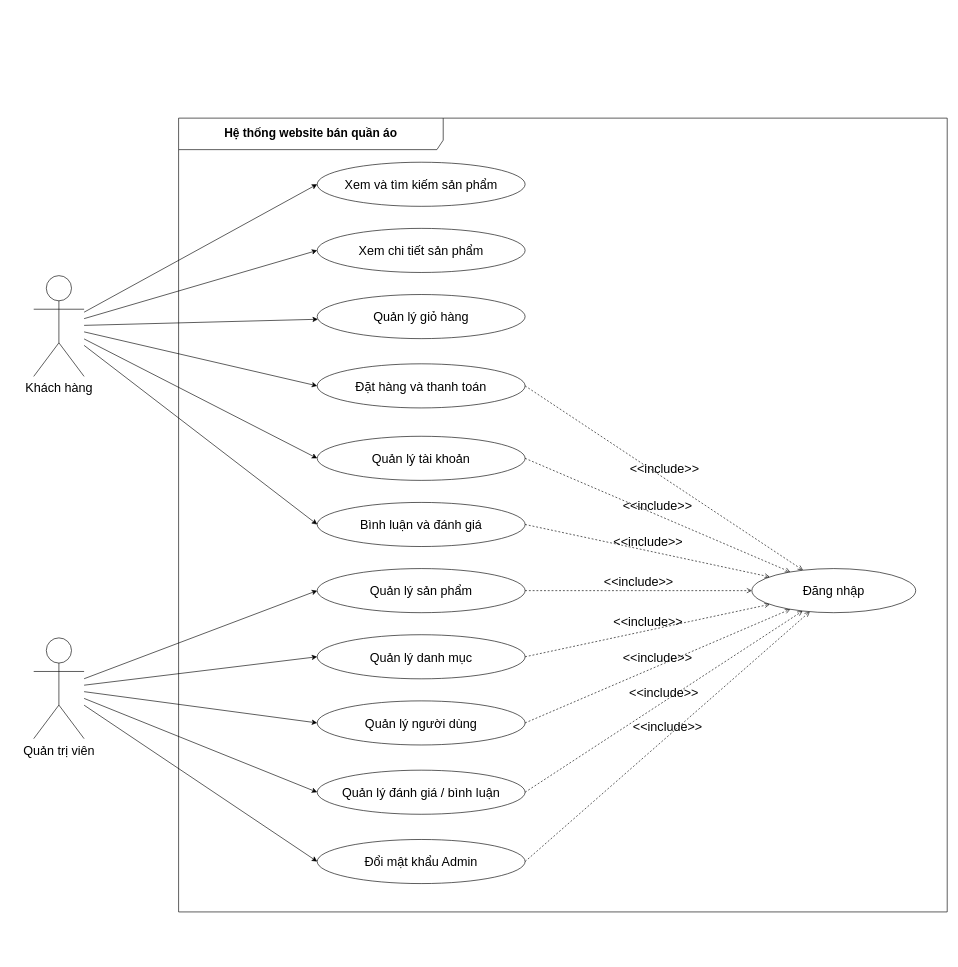
Before: page "UC-TQ" (2 of 11) of erd.drawio in CuongNY01/Website_QL_CuaHangQuanAo, a draw.io diagram. Source tidied: cells renumbered, new cells numbered last; positions are measured from the earlier drawing's top-left corner, leaving out a move shared by most shapes. Both pictures are drawn from the tidied source at 63%, with x=0, y=0 at pixel (33, 118).
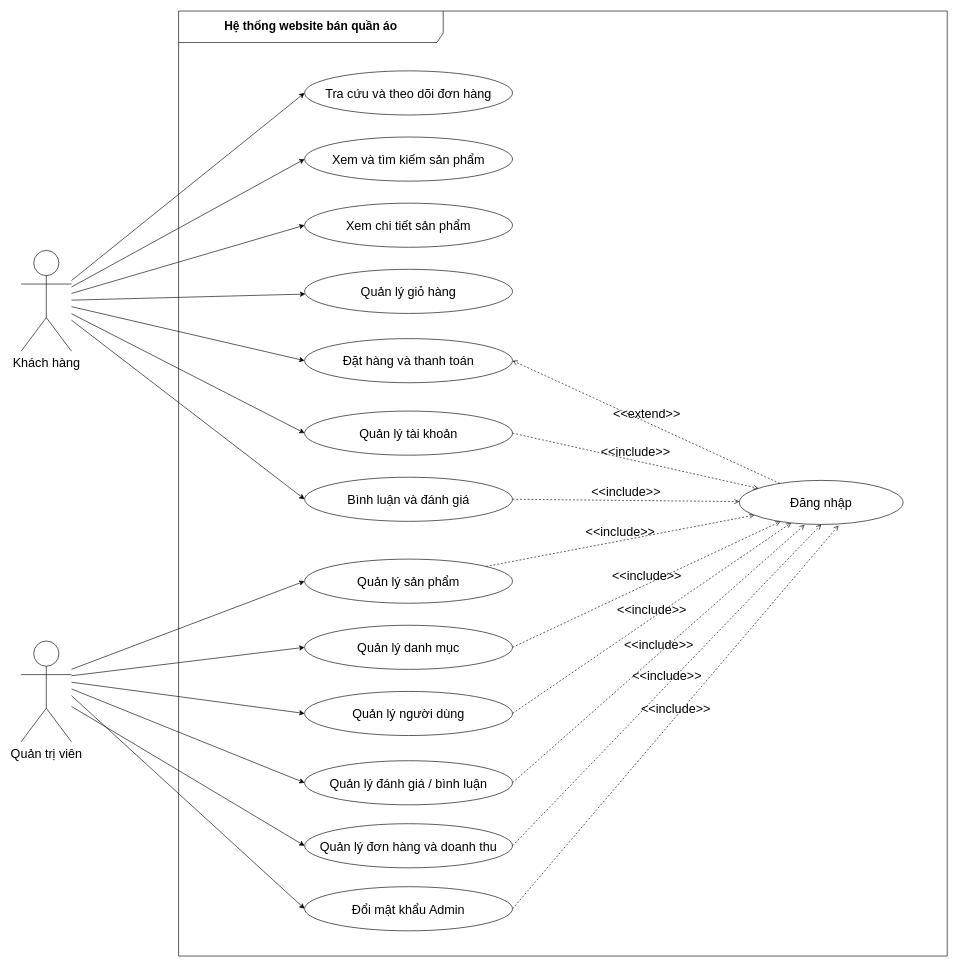
The same diagram, later.

The edit, as a diff of the source:
```diff
@@
+    <mxCell id="36" value="Hệ thống website bán quần áo" style="shape=umlFrame;whiteSpace=wrap;html=1;width=420;height=50;fontSize=19;fontStyle=1;" parent="1" vertex="1">
+      <mxGeometry x="230" y="-170" width="1220" height="1500" as="geometry" />
+    </mxCell>
+    <mxCell id="9" style="group;fontSize=20;labelBackgroundColor=none;rounded=1;roundedPerimeter=1;" parent="1" vertex="1">
+      <mxGeometry x="430" y="-70" width="330" height="1290" as="geometry" />
+    </mxCell>
+    <mxCell id="16" style="edgeStyle=none;shape=connector;rounded=1;jettySize=auto;html=1;strokeColor=default;align=center;verticalAlign=middle;fontFamily=Helvetica;fontSize=20;fontColor=default;labelBackgroundColor=default;defaultLabelBackgroundColor=page;endArrow=classic;entryX=0;entryY=0.5;entryDx=0;entryDy=0;" parent="9" edge="1" target="26">
+      <mxGeometry relative="1" as="geometry">
+        <mxPoint x="-370" y="944.9" as="sourcePoint" />
+      </mxGeometry>
+    </mxCell>
+    <mxCell id="17" style="edgeStyle=none;shape=connector;rounded=1;jettySize=auto;html=1;entryX=0;entryY=0.5;entryDx=0;entryDy=0;strokeColor=default;align=center;verticalAlign=middle;fontFamily=Helvetica;fontSize=20;fontColor=default;labelBackgroundColor=default;defaultLabelBackgroundColor=page;endArrow=classic;" parent="9" edge="1" target="22">
+      <mxGeometry relative="1" as="geometry">
+        <mxPoint x="-370" y="955.1" as="sourcePoint" />
+      </mxGeometry>
+    </mxCell>
+    <mxCell id="18" style="edgeStyle=none;shape=connector;rounded=1;jettySize=auto;html=1;entryX=0;entryY=0.5;entryDx=0;entryDy=0;strokeColor=default;align=center;verticalAlign=middle;fontFamily=Helvetica;fontSize=20;fontColor=default;labelBackgroundColor=default;defaultLabelBackgroundColor=page;endArrow=classic;" parent="9" edge="1" target="23">
+      <mxGeometry relative="1" as="geometry">
+        <mxPoint x="-370" y="965.4" as="sourcePoint" />
+      </mxGeometry>
+    </mxCell>
+    <mxCell id="19" style="edgeStyle=none;shape=connector;rounded=1;jettySize=auto;html=1;entryX=0;entryY=0.5;entryDx=0;entryDy=0;strokeColor=default;align=center;verticalAlign=middle;fontFamily=Helvetica;fontSize=20;fontColor=default;labelBackgroundColor=default;defaultLabelBackgroundColor=page;endArrow=classic;" parent="9" edge="1" target="24">
+      <mxGeometry relative="1" as="geometry">
+        <mxPoint x="-370" y="976.1" as="sourcePoint" />
+      </mxGeometry>
+    </mxCell>
+    <mxCell id="20" style="edgeStyle=none;shape=connector;rounded=1;jettySize=auto;html=1;entryX=0;entryY=0.5;entryDx=0;entryDy=0;strokeColor=default;align=center;verticalAlign=middle;fontFamily=Helvetica;fontSize=20;fontColor=default;labelBackgroundColor=default;defaultLabelBackgroundColor=page;endArrow=classic;" parent="9" edge="1" target="25">
+      <mxGeometry relative="1" as="geometry">
+        <mxPoint x="-370" y="986.8" as="sourcePoint" />
+      </mxGeometry>
+    </mxCell>
+    <mxCell id="37" style="shape=connector;curved=0;rounded=0;jettySize=auto;html=1;strokeColor=default;align=center;verticalAlign=middle;fontFamily=Helvetica;fontSize=11;fontColor=default;labelBackgroundColor=default;defaultLabelBackgroundColor=page;endArrow=classic;entryX=0;entryY=0.5;entryDx=0;entryDy=0;" parent="9" edge="1" source="21" target="40">
+      <mxGeometry relative="1" as="geometry" />
+    </mxCell>
+    <mxCell id="21" value="Quản trị viên" style="shape=umlActor;verticalLabelPosition=bottom;verticalAlign=top;html=1;outlineConnect=0;labelPerimeter=1;fontSize=20;labelBackgroundColor=none;rounded=1;roundedPerimeter=1;" parent="9" vertex="1">
+      <mxGeometry x="-450" y="900" width="80" height="160" as="geometry" />
+    </mxCell>
+    <mxCell id="22" value="Quản lý danh mục" style="ellipse;whiteSpace=wrap;html=1;fontSize=20;labelBackgroundColor=none;rounded=1;roundedPerimeter=1;" parent="9" vertex="1">
+      <mxGeometry y="875" width="330" height="70" as="geometry" />
+    </mxCell>
+    <mxCell id="23" value="Quản lý người dùng" style="ellipse;whiteSpace=wrap;html=1;fontSize=20;labelBackgroundColor=none;rounded=1;roundedPerimeter=1;" parent="9" vertex="1">
+      <mxGeometry y="980" width="330" height="70" as="geometry" />
+    </mxCell>
+    <mxCell id="24" value="Quản lý đánh giá / bình luận" style="ellipse;whiteSpace=wrap;html=1;fontSize=20;labelBackgroundColor=none;rounded=1;roundedPerimeter=1;" parent="9" vertex="1">
+      <mxGeometry y="1090" width="330" height="70" as="geometry" />
+    </mxCell>
+    <mxCell id="26" value="Quản lý sản phẩm" style="ellipse;whiteSpace=wrap;html=1;fontSize=20;labelBackgroundColor=none;rounded=1;roundedPerimeter=1;" parent="9" vertex="1">
+      <mxGeometry y="770" width="330" height="70" as="geometry" />
+    </mxCell>
-    <mxCell id="2" style="jettySize=auto;html=1;entryX=0;entryY=0.5;entryDx=0;entryDy=0;defaultLabelBackgroundColor=page;fontSize=20;" parent="1" edge="1" source="8" target="10">
+    <mxCell id="2" style="jettySize=auto;html=1;entryX=0;entryY=0.5;entryDx=0;entryDy=0;defaultLabelBackgroundColor=page;fontSize=20;" parent="9" edge="1" source="8" target="10">
       <mxGeometry relative="1" as="geometry" />
     </mxCell>
-    <mxCell id="3" style="edgeStyle=none;shape=connector;rounded=1;jettySize=auto;html=1;entryX=0;entryY=0.5;entryDx=0;entryDy=0;strokeColor=default;align=center;verticalAlign=middle;fontFamily=Helvetica;fontSize=20;fontColor=default;labelBackgroundColor=default;defaultLabelBackgroundColor=page;endArrow=classic;" parent="1" edge="1" source="8" target="11">
+    <mxCell id="3" style="edgeStyle=none;shape=connector;rounded=1;jettySize=auto;html=1;entryX=0;entryY=0.5;entryDx=0;entryDy=0;strokeColor=default;align=center;verticalAlign=middle;fontFamily=Helvetica;fontSize=20;fontColor=default;labelBackgroundColor=default;defaultLabelBackgroundColor=page;endArrow=classic;" parent="9" edge="1" source="8" target="11">
       <mxGeometry relative="1" as="geometry" />
     </mxCell>
-    <mxCell id="4" style="edgeStyle=none;shape=connector;rounded=1;jettySize=auto;html=1;strokeColor=default;align=center;verticalAlign=middle;fontFamily=Helvetica;fontSize=20;fontColor=default;labelBackgroundColor=default;defaultLabelBackgroundColor=page;endArrow=classic;" parent="1" edge="1" source="8" target="12">
+    <mxCell id="4" style="edgeStyle=none;shape=connector;rounded=1;jettySize=auto;html=1;strokeColor=default;align=center;verticalAlign=middle;fontFamily=Helvetica;fontSize=20;fontColor=default;labelBackgroundColor=default;defaultLabelBackgroundColor=page;endArrow=classic;" parent="9" edge="1" source="8" target="12">
       <mxGeometry relative="1" as="geometry" />
     </mxCell>
-    <mxCell id="5" style="edgeStyle=none;shape=connector;rounded=1;jettySize=auto;html=1;entryX=0;entryY=0.5;entryDx=0;entryDy=0;strokeColor=default;align=center;verticalAlign=middle;fontFamily=Helvetica;fontSize=20;fontColor=default;labelBackgroundColor=default;defaultLabelBackgroundColor=page;endArrow=classic;" parent="1" edge="1" source="8" target="13">
+    <mxCell id="5" style="edgeStyle=none;shape=connector;rounded=1;jettySize=auto;html=1;entryX=0;entryY=0.5;entryDx=0;entryDy=0;strokeColor=default;align=center;verticalAlign=middle;fontFamily=Helvetica;fontSize=20;fontColor=default;labelBackgroundColor=default;defaultLabelBackgroundColor=page;endArrow=classic;" parent="9" edge="1" source="8" target="13">
       <mxGeometry relative="1" as="geometry" />
     </mxCell>
-    <mxCell id="6" style="edgeStyle=none;shape=connector;rounded=1;jettySize=auto;html=1;entryX=0;entryY=0.5;entryDx=0;entryDy=0;strokeColor=default;align=center;verticalAlign=middle;fontFamily=Helvetica;fontSize=20;fontColor=default;labelBackgroundColor=default;defaultLabelBackgroundColor=page;endArrow=classic;" parent="1" edge="1" source="8" target="14">
+    <mxCell id="6" style="edgeStyle=none;shape=connector;rounded=1;jettySize=auto;html=1;entryX=0;entryY=0.5;entryDx=0;entryDy=0;strokeColor=default;align=center;verticalAlign=middle;fontFamily=Helvetica;fontSize=20;fontColor=default;labelBackgroundColor=default;defaultLabelBackgroundColor=page;endArrow=classic;" parent="9" edge="1" source="8" target="14">
       <mxGeometry relative="1" as="geometry" />
     </mxCell>
-    <mxCell id="7" style="edgeStyle=none;shape=connector;rounded=1;jettySize=auto;html=1;entryX=0;entryY=0.5;entryDx=0;entryDy=0;strokeColor=default;align=center;verticalAlign=middle;fontFamily=Helvetica;fontSize=20;fontColor=default;labelBackgroundColor=default;defaultLabelBackgroundColor=page;endArrow=classic;" parent="1" edge="1" source="8" target="15">
+    <mxCell id="7" style="edgeStyle=none;shape=connector;rounded=1;jettySize=auto;html=1;entryX=0;entryY=0.5;entryDx=0;entryDy=0;strokeColor=default;align=center;verticalAlign=middle;fontFamily=Helvetica;fontSize=20;fontColor=default;labelBackgroundColor=default;defaultLabelBackgroundColor=page;endArrow=classic;" parent="9" edge="1" source="8" target="15">
       <mxGeometry relative="1" as="geometry" />
     </mxCell>
+    <mxCell id="38" style="shape=connector;curved=0;rounded=0;jettySize=auto;html=1;strokeColor=default;align=center;verticalAlign=middle;fontFamily=Helvetica;fontSize=11;fontColor=default;labelBackgroundColor=default;defaultLabelBackgroundColor=page;endArrow=classic;entryX=0;entryY=0.5;entryDx=0;entryDy=0;" parent="9" edge="1" source="8" target="39">
+      <mxGeometry relative="1" as="geometry" />
+    </mxCell>
-    <mxCell id="8" value="Khách hàng" style="shape=umlActor;verticalLabelPosition=bottom;verticalAlign=top;html=1;outlineConnect=0;labelPerimeter=1;fontSize=20;labelBackgroundColor=none;rounded=1;roundedPerimeter=1;" parent="1" vertex="1">
-      <mxGeometry y="250" width="80" height="160" as="geometry" />
+    <mxCell id="8" value="Khách hàng" style="shape=umlActor;verticalLabelPosition=bottom;verticalAlign=top;html=1;outlineConnect=0;labelPerimeter=1;fontSize=20;labelBackgroundColor=none;rounded=1;roundedPerimeter=1;" parent="9" vertex="1">
+      <mxGeometry x="-450" y="280" width="80" height="160" as="geometry" />
     </mxCell>
-    <mxCell id="9" style="group;fontSize=20;labelBackgroundColor=none;rounded=1;roundedPerimeter=1;" parent="1" vertex="1">
-      <mxGeometry x="450" y="70" width="330" height="935" as="geometry" />
-    </mxCell>
     <mxCell id="10" value="Xem và tìm kiếm sản phẩm" style="ellipse;whiteSpace=wrap;html=1;fontSize=20;labelBackgroundColor=none;rounded=1;roundedPerimeter=1;" parent="9" vertex="1">
-      <mxGeometry width="330" height="70" as="geometry" />
+      <mxGeometry y="100" width="330" height="70" as="geometry" />
     </mxCell>
     <mxCell id="11" value="Xem chi tiết sản phẩm" style="ellipse;whiteSpace=wrap;html=1;fontSize=20;labelBackgroundColor=none;rounded=1;roundedPerimeter=1;" parent="9" vertex="1">
-      <mxGeometry y="105" width="330" height="70" as="geometry" />
+      <mxGeometry y="205" width="330" height="70" as="geometry" />
     </mxCell>
     <mxCell id="12" value="Quản lý giỏ hàng" style="ellipse;whiteSpace=wrap;html=1;fontSize=20;labelBackgroundColor=none;rounded=1;roundedPerimeter=1;" parent="9" vertex="1">
-      <mxGeometry y="210" width="330" height="70" as="geometry" />
+      <mxGeometry y="310" width="330" height="70" as="geometry" />
     </mxCell>
     <mxCell id="13" value="Đặt hàng và thanh toán" style="ellipse;whiteSpace=wrap;html=1;fontSize=20;labelBackgroundColor=none;rounded=1;roundedPerimeter=1;" parent="9" vertex="1">
-      <mxGeometry y="320" width="330" height="70" as="geometry" />
+      <mxGeometry y="420" width="330" height="70" as="geometry" />
     </mxCell>
     <mxCell id="14" value="Quản lý tài khoản" style="ellipse;whiteSpace=wrap;html=1;fontSize=20;labelBackgroundColor=none;rounded=1;roundedPerimeter=1;" parent="9" vertex="1">
-      <mxGeometry y="435" width="330" height="70" as="geometry" />
+      <mxGeometry y="535" width="330" height="70" as="geometry" />
     </mxCell>
     <mxCell id="15" value="Bình luận và đánh giá" style="ellipse;whiteSpace=wrap;html=1;fontSize=20;labelBackgroundColor=none;rounded=1;roundedPerimeter=1;" parent="9" vertex="1">
-      <mxGeometry y="540" width="330" height="70" as="geometry" />
+      <mxGeometry y="640" width="330" height="70" as="geometry" />
     </mxCell>
-    <mxCell id="16" style="edgeStyle=none;shape=connector;rounded=1;jettySize=auto;html=1;strokeColor=default;align=center;verticalAlign=middle;fontFamily=Helvetica;fontSize=20;fontColor=default;labelBackgroundColor=default;defaultLabelBackgroundColor=page;endArrow=classic;entryX=0;entryY=0.5;entryDx=0;entryDy=0;" parent="1" edge="1" source="21" target="26">
-      <mxGeometry relative="1" as="geometry" />
-    </mxCell>
-    <mxCell id="17" style="edgeStyle=none;shape=connector;rounded=1;jettySize=auto;html=1;entryX=0;entryY=0.5;entryDx=0;entryDy=0;strokeColor=default;align=center;verticalAlign=middle;fontFamily=Helvetica;fontSize=20;fontColor=default;labelBackgroundColor=default;defaultLabelBackgroundColor=page;endArrow=classic;" parent="1" edge="1" source="21" target="22">
-      <mxGeometry relative="1" as="geometry" />
-    </mxCell>
-    <mxCell id="18" style="edgeStyle=none;shape=connector;rounded=1;jettySize=auto;html=1;entryX=0;entryY=0.5;entryDx=0;entryDy=0;strokeColor=default;align=center;verticalAlign=middle;fontFamily=Helvetica;fontSize=20;fontColor=default;labelBackgroundColor=default;defaultLabelBackgroundColor=page;endArrow=classic;" parent="1" edge="1" source="21" target="23">
-      <mxGeometry relative="1" as="geometry" />
-    </mxCell>
-    <mxCell id="19" style="edgeStyle=none;shape=connector;rounded=1;jettySize=auto;html=1;entryX=0;entryY=0.5;entryDx=0;entryDy=0;strokeColor=default;align=center;verticalAlign=middle;fontFamily=Helvetica;fontSize=20;fontColor=default;labelBackgroundColor=default;defaultLabelBackgroundColor=page;endArrow=classic;" parent="1" edge="1" source="21" target="24">
-      <mxGeometry relative="1" as="geometry" />
-    </mxCell>
-    <mxCell id="20" style="edgeStyle=none;shape=connector;rounded=1;jettySize=auto;html=1;entryX=0;entryY=0.5;entryDx=0;entryDy=0;strokeColor=default;align=center;verticalAlign=middle;fontFamily=Helvetica;fontSize=20;fontColor=default;labelBackgroundColor=default;defaultLabelBackgroundColor=page;endArrow=classic;" parent="1" edge="1" source="21" target="25">
-      <mxGeometry relative="1" as="geometry" />
-    </mxCell>
-    <mxCell id="21" value="Quản trị viên" style="shape=umlActor;verticalLabelPosition=bottom;verticalAlign=top;html=1;outlineConnect=0;labelPerimeter=1;fontSize=20;labelBackgroundColor=none;rounded=1;roundedPerimeter=1;" parent="1" vertex="1">
-      <mxGeometry y="825" width="80" height="160" as="geometry" />
-    </mxCell>
-    <mxCell id="22" value="Quản lý danh mục" style="ellipse;whiteSpace=wrap;html=1;fontSize=20;labelBackgroundColor=none;rounded=1;roundedPerimeter=1;" parent="1" vertex="1">
-      <mxGeometry x="450" y="820" width="330" height="70" as="geometry" />
-    </mxCell>
-    <mxCell id="23" value="Quản lý người dùng" style="ellipse;whiteSpace=wrap;html=1;fontSize=20;labelBackgroundColor=none;rounded=1;roundedPerimeter=1;" parent="1" vertex="1">
-      <mxGeometry x="450" y="925" width="330" height="70" as="geometry" />
-    </mxCell>
-    <mxCell id="24" value="Quản lý đánh giá / bình luận" style="ellipse;whiteSpace=wrap;html=1;fontSize=20;labelBackgroundColor=none;rounded=1;roundedPerimeter=1;" parent="1" vertex="1">
-      <mxGeometry x="450" y="1035" width="330" height="70" as="geometry" />
-    </mxCell>
-    <mxCell id="25" value="Đổi mật khẩu Admin" style="ellipse;whiteSpace=wrap;html=1;fontSize=20;labelBackgroundColor=none;rounded=1;roundedPerimeter=1;" parent="1" vertex="1">
-      <mxGeometry x="450" y="1145" width="330" height="70" as="geometry" />
-    </mxCell>
-    <mxCell id="26" value="Quản lý sản phẩm" style="ellipse;whiteSpace=wrap;html=1;fontSize=20;labelBackgroundColor=none;rounded=1;roundedPerimeter=1;" parent="1" vertex="1">
-      <mxGeometry x="450" y="715" width="330" height="70" as="geometry" />
-    </mxCell>
+    <mxCell id="39" value="Tra cứu và theo dõi đơn hàng" style="ellipse;whiteSpace=wrap;html=1;fontSize=20;labelBackgroundColor=none;rounded=1;roundedPerimeter=1;" parent="9" vertex="1">
+      <mxGeometry y="-5" width="330" height="70" as="geometry" />
+    </mxCell>
+    <mxCell id="40" value="Quản lý đơn hàng và doanh thu" style="ellipse;whiteSpace=wrap;html=1;fontSize=20;labelBackgroundColor=none;rounded=1;roundedPerimeter=1;" parent="9" vertex="1">
+      <mxGeometry y="1190" width="330" height="70" as="geometry" />
+    </mxCell>
     <mxCell id="27" value="Đăng nhập" style="ellipse;whiteSpace=wrap;html=1;fontSize=20;labelBackgroundColor=none;rounded=1;roundedPerimeter=1;" parent="1" vertex="1">
-      <mxGeometry x="1140" y="715" width="260" height="70" as="geometry" />
+      <mxGeometry x="1120" y="575" width="260" height="70" as="geometry" />
     </mxCell>
-    <mxCell id="28" value="&amp;lt;&amp;lt;include&amp;gt;&amp;gt;" style="html=1;verticalAlign=bottom;labelBackgroundColor=none;endArrow=open;endFill=0;dashed=1;rounded=1;strokeColor=default;align=center;fontFamily=Helvetica;fontSize=20;fontColor=default;defaultLabelBackgroundColor=page;exitX=1;exitY=0.5;exitDx=0;exitDy=0;" parent="1" edge="1" source="25" target="27">
+    <mxCell id="28" value="&amp;lt;&amp;lt;include&amp;gt;&amp;gt;" style="html=1;verticalAlign=bottom;labelBackgroundColor=none;endArrow=open;endFill=0;dashed=1;rounded=1;strokeColor=default;align=center;fontFamily=Helvetica;fontSize=20;fontColor=default;defaultLabelBackgroundColor=page;exitX=1;exitY=0.5;exitDx=0;exitDy=0;entryX=0.606;entryY=1.022;entryDx=0;entryDy=0;entryPerimeter=0;" parent="1" edge="1" source="25" target="27">
       <mxGeometry relative="1" as="geometry" />
     </mxCell>
-    <mxCell id="29" value="&amp;lt;&amp;lt;include&amp;gt;&amp;gt;" style="html=1;verticalAlign=bottom;labelBackgroundColor=none;endArrow=open;endFill=0;dashed=1;rounded=1;strokeColor=default;align=center;fontFamily=Helvetica;fontSize=20;fontColor=default;defaultLabelBackgroundColor=page;exitX=1;exitY=0.5;exitDx=0;exitDy=0;" parent="1" edge="1" source="24" target="27">
+    <mxCell id="29" value="&amp;lt;&amp;lt;include&amp;gt;&amp;gt;" style="html=1;verticalAlign=bottom;labelBackgroundColor=none;endArrow=open;endFill=0;dashed=1;rounded=1;strokeColor=default;align=center;fontFamily=Helvetica;fontSize=20;fontColor=default;defaultLabelBackgroundColor=page;exitX=1;exitY=0.5;exitDx=0;exitDy=0;entryX=0.399;entryY=1.008;entryDx=0;entryDy=0;entryPerimeter=0;" parent="1" edge="1" source="24" target="27">
       <mxGeometry relative="1" as="geometry" />
     </mxCell>
@@
+    <mxCell id="25" value="Đổi mật khẩu Admin" style="ellipse;whiteSpace=wrap;html=1;fontSize=20;labelBackgroundColor=none;rounded=1;roundedPerimeter=1;" parent="1" vertex="1">
+      <mxGeometry x="430" y="1220" width="330" height="70" as="geometry" />
+    </mxCell>
+    <mxCell id="41" value="&amp;lt;&amp;lt;include&amp;gt;&amp;gt;" style="html=1;verticalAlign=bottom;labelBackgroundColor=none;endArrow=open;endFill=0;dashed=1;rounded=1;strokeColor=default;align=center;fontFamily=Helvetica;fontSize=20;fontColor=default;defaultLabelBackgroundColor=page;exitX=1;exitY=0.5;exitDx=0;exitDy=0;entryX=0.5;entryY=1;entryDx=0;entryDy=0;" parent="1" edge="1" source="40" target="27">
+      <mxGeometry relative="1" as="geometry" />
+    </mxCell>
-    <mxCell id="35" value="&amp;lt;&amp;lt;include&amp;gt;&amp;gt;" style="html=1;verticalAlign=bottom;labelBackgroundColor=none;endArrow=open;endFill=0;dashed=1;rounded=1;strokeColor=default;align=center;fontFamily=Helvetica;fontSize=20;fontColor=default;defaultLabelBackgroundColor=page;exitX=1;exitY=0.5;exitDx=0;exitDy=0;" parent="1" edge="1" source="13" target="27">
+    <mxCell id="35" value="&amp;lt;&amp;lt;extend&amp;gt;&amp;gt;" style="html=1;verticalAlign=bottom;labelBackgroundColor=none;endArrow=open;endFill=0;dashed=1;rounded=1;strokeColor=default;align=center;fontFamily=Helvetica;fontSize=20;fontColor=default;defaultLabelBackgroundColor=page;entryX=1;entryY=0.5;entryDx=0;entryDy=0;" parent="1" edge="1" source="27" target="13">
       <mxGeometry relative="1" as="geometry" />
     </mxCell>
-    <mxCell id="36" value="Hệ thống website bán quần áo" style="shape=umlFrame;whiteSpace=wrap;html=1;width=420;height=50;fontSize=19;fontStyle=1;" parent="1" vertex="1">
-      <mxGeometry x="230" width="1220" height="1260" as="geometry" />
-    </mxCell>
```
